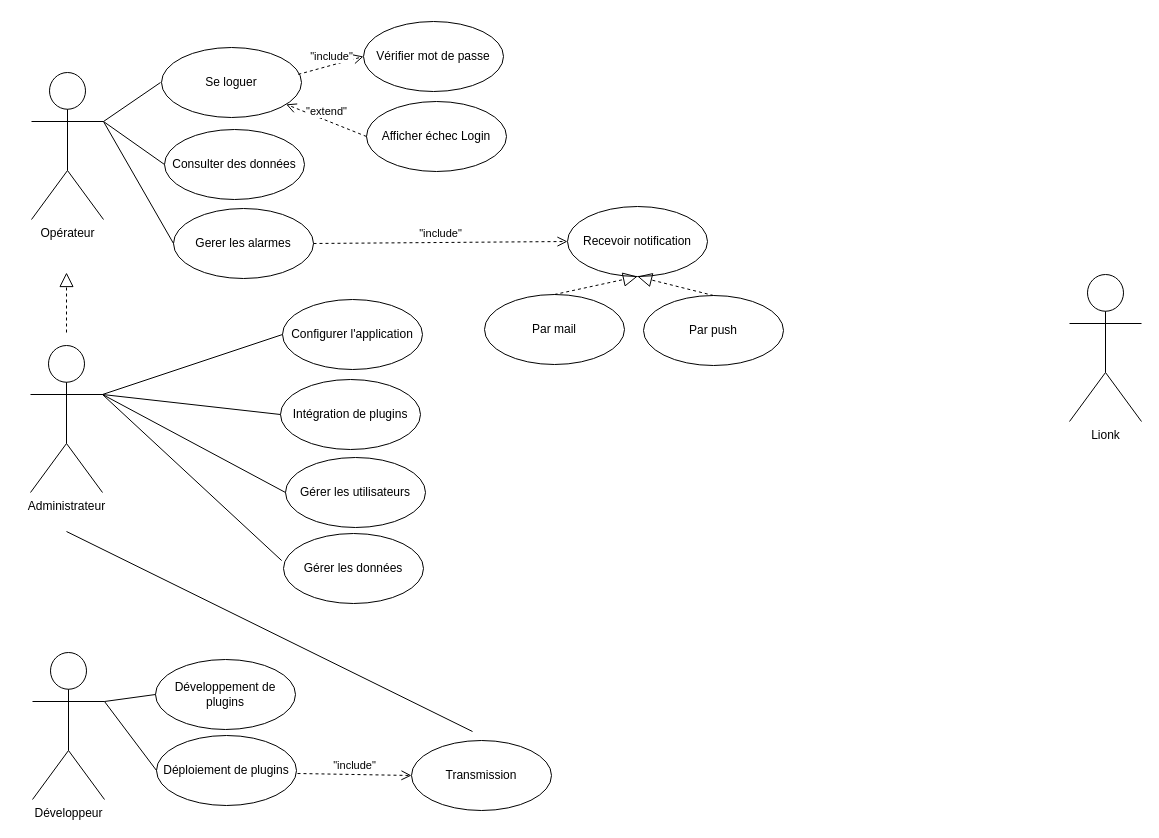
This is docs/useCaseDiagram.drawio from Lionk-Framework/Lionk, a draw.io file, before an edit. Source tidied: cells renumbered, new cells numbered last; positions are measured from the earlier drawing's top-left corner, leaving out a move shared by most shapes. Both pictures are drawn from the tidied source at 100%, with x=0, y=0 at pixel (30, 21).
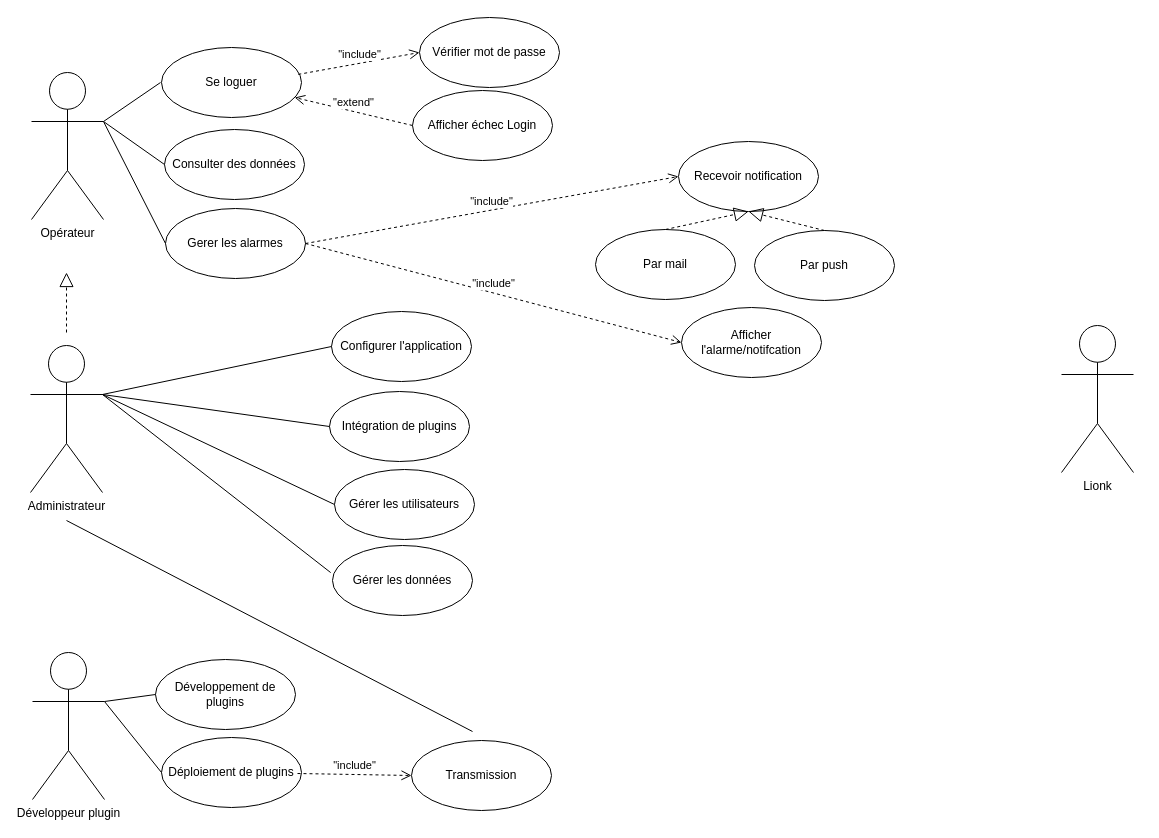
After the change.

Diff of the diagram source:
```diff
@@
     <mxCell id="4" value="Vérifier mot de passe" style="ellipse;whiteSpace=wrap;html=1;" parent="1" vertex="1">
-      <mxGeometry x="333" width="140" height="70" as="geometry" />
+      <mxGeometry x="389" y="-4" width="140" height="70" as="geometry" />
     </mxCell>
     <mxCell id="5" value="Afficher échec Login" style="ellipse;whiteSpace=wrap;html=1;" parent="1" vertex="1">
-      <mxGeometry x="336" y="80" width="140" height="70" as="geometry" />
+      <mxGeometry x="382" y="69" width="140" height="70" as="geometry" />
     </mxCell>
@@
     <mxCell id="11" value="Gerer les alarmes" style="ellipse;whiteSpace=wrap;html=1;" parent="1" vertex="1">
-      <mxGeometry x="143" y="187" width="140" height="70" as="geometry" />
+      <mxGeometry x="135" y="187" width="140" height="70" as="geometry" />
     </mxCell>
@@
     <mxCell id="15" value="Configurer l'application" style="ellipse;whiteSpace=wrap;html=1;" parent="1" vertex="1">
-      <mxGeometry x="252" y="278" width="140" height="70" as="geometry" />
+      <mxGeometry x="301" y="290" width="140" height="70" as="geometry" />
     </mxCell>
     <mxCell id="16" value="Intégration de plugins" style="ellipse;whiteSpace=wrap;html=1;" parent="1" vertex="1">
-      <mxGeometry x="250" y="358" width="140" height="70" as="geometry" />
+      <mxGeometry x="299" y="370" width="140" height="70" as="geometry" />
     </mxCell>
     <mxCell id="17" value="Gérer les utilisateurs" style="ellipse;whiteSpace=wrap;html=1;" parent="1" vertex="1">
-      <mxGeometry x="255" y="436" width="140" height="70" as="geometry" />
+      <mxGeometry x="304" y="448" width="140" height="70" as="geometry" />
     </mxCell>
     <mxCell id="18" value="Gérer les données" style="ellipse;whiteSpace=wrap;html=1;" parent="1" vertex="1">
-      <mxGeometry x="253" y="512" width="140" height="70" as="geometry" />
+      <mxGeometry x="302" y="524" width="140" height="70" as="geometry" />
     </mxCell>
@@
     <mxCell id="23" value="Lionk" style="shape=umlActor;verticalLabelPosition=bottom;verticalAlign=top;html=1;" parent="1" vertex="1">
-      <mxGeometry x="1039" y="253" width="72" height="147" as="geometry" />
+      <mxGeometry x="1031" y="304" width="72" height="147" as="geometry" />
     </mxCell>
     <mxCell id="24" value="Recevoir notification" style="ellipse;whiteSpace=wrap;html=1;" parent="1" vertex="1">
-      <mxGeometry x="537" y="185" width="140" height="70" as="geometry" />
+      <mxGeometry x="648" y="120" width="140" height="70" as="geometry" />
     </mxCell>
     <mxCell id="25" value="Par mail" style="ellipse;whiteSpace=wrap;html=1;" parent="1" vertex="1">
-      <mxGeometry x="454" y="273" width="140" height="70" as="geometry" />
+      <mxGeometry x="565" y="208" width="140" height="70" as="geometry" />
     </mxCell>
     <mxCell id="26" value="Par push" style="ellipse;whiteSpace=wrap;html=1;" parent="1" vertex="1">
-      <mxGeometry x="613" y="274" width="140" height="70" as="geometry" />
+      <mxGeometry x="724" y="209" width="140" height="70" as="geometry" />
     </mxCell>
@@
-    <mxCell id="29" value="Développeur" style="shape=umlActor;verticalLabelPosition=bottom;verticalAlign=top;html=1;" parent="1" vertex="1">
+    <mxCell id="29" value="Développeur plugin" style="shape=umlActor;verticalLabelPosition=bottom;verticalAlign=top;html=1;" parent="1" vertex="1">
       <mxGeometry x="2" y="631" width="72" height="147" as="geometry" />
     </mxCell>
@@
     <mxCell id="31" value="Déploiement de plugins" style="ellipse;whiteSpace=wrap;html=1;" parent="1" vertex="1">
-      <mxGeometry x="126" y="714" width="140" height="70" as="geometry" />
+      <mxGeometry x="131" y="716" width="140" height="70" as="geometry" />
     </mxCell>
@@
     <mxCell id="36" style="endArrow=none;html=1;rounded=0;" parent="1" edge="1">
       <mxGeometry relative="1" as="geometry">
-        <mxPoint x="36" y="510" as="sourcePoint" />
+        <mxPoint x="36" y="499" as="sourcePoint" />
         <mxPoint x="442" y="710" as="targetPoint" />
       </mxGeometry>
     </mxCell>
@@
+    <mxCell id="38" value="&quot;include&quot;" style="html=1;verticalAlign=bottom;endArrow=open;dashed=1;endSize=8;curved=0;rounded=0;exitX=1;exitY=0.5;exitDx=0;exitDy=0;entryX=0;entryY=0.5;entryDx=0;entryDy=0;" parent="1" edge="1" source="11" target="39">
+      <mxGeometry relative="1" as="geometry" />
+    </mxCell>
+    <mxCell id="39" value="Afficher l'alarme/notifcation" style="ellipse;whiteSpace=wrap;html=1;" parent="1" vertex="1">
+      <mxGeometry x="651" y="286" width="140" height="70" as="geometry" />
+    </mxCell>
```
